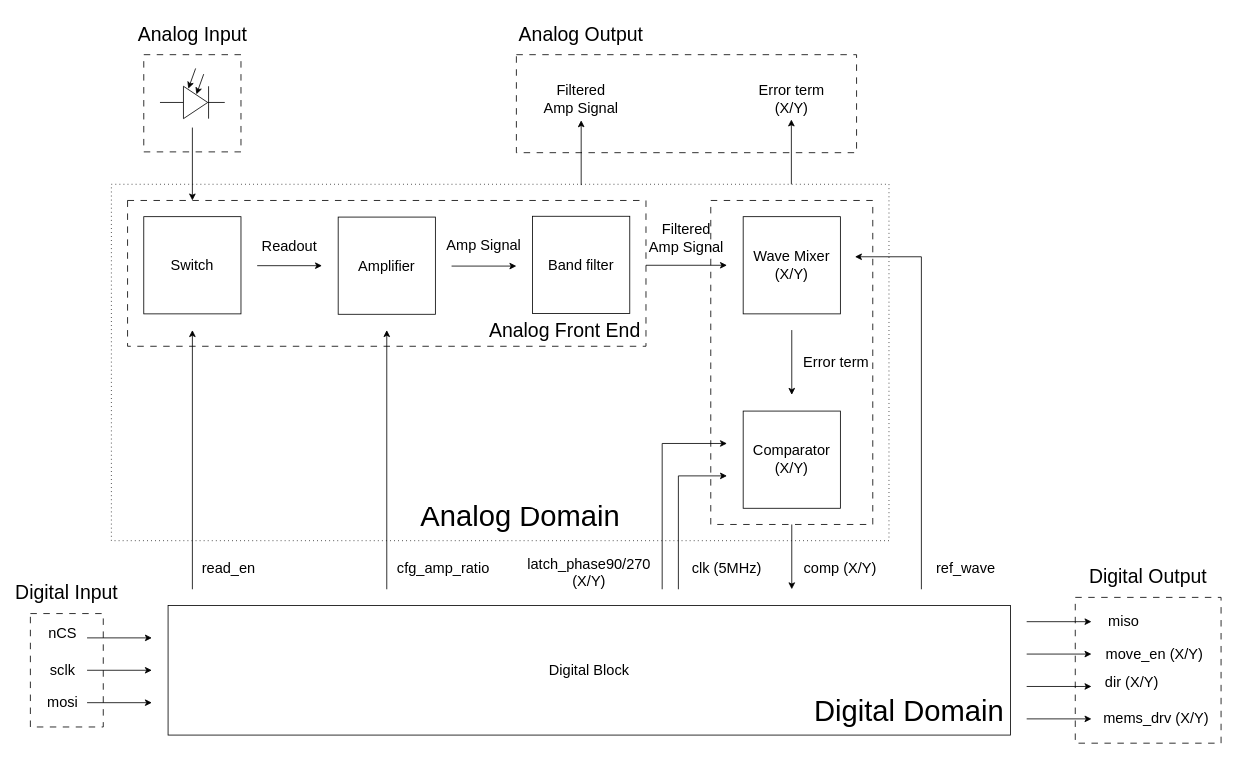
llhtimlam/Probton keeps this draw.io diagram as page "Latest Chip Architect" (2 of 17) of Media/Optical Probe Station Design.drawio. Above is the earlier version. Source tidied: cells renumbered, new cells numbered last; positions are measured from the earlier drawing's top-left corner, leaving out a move shared by most shapes. Both pictures are drawn from the tidied source at 81%, with x=0, y=0 at pixel (14, 14).
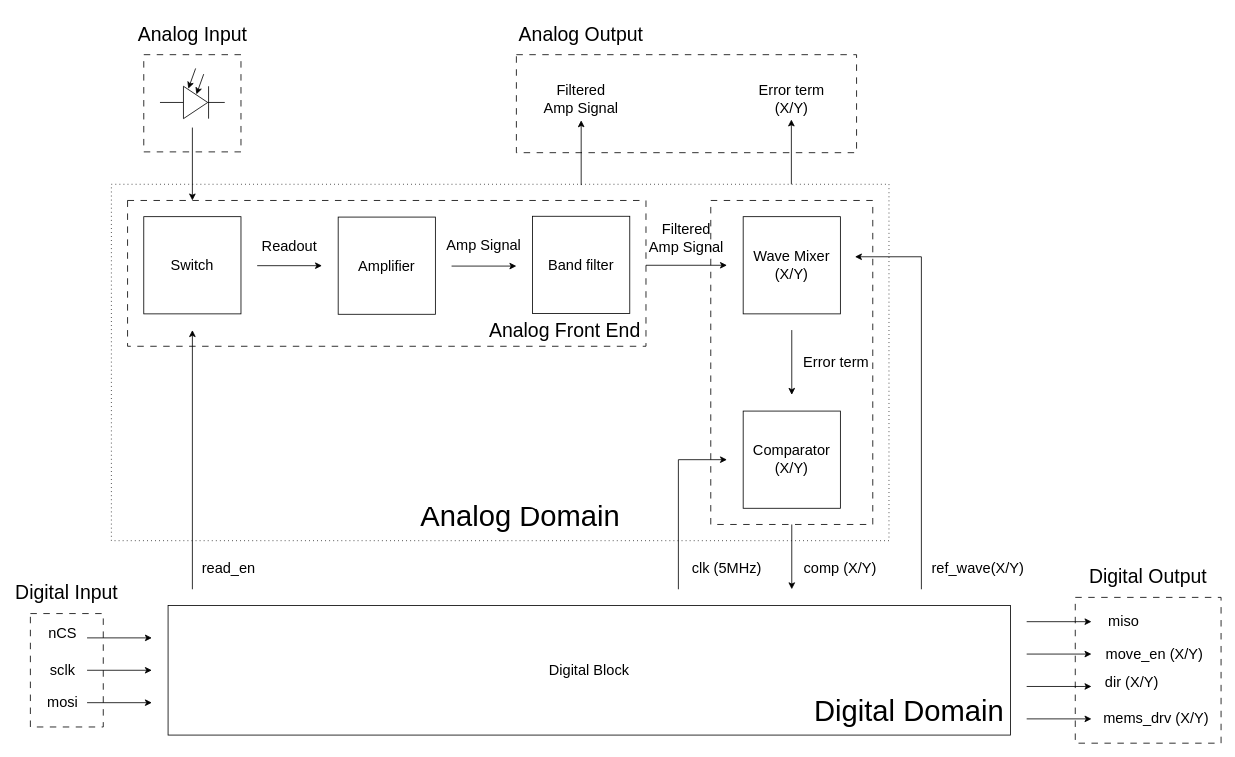
After the change.

Change to the diagram source:
```diff
@@
-    <mxCell id="22" value="&lt;span style=&quot;font-size: 18px;&quot;&gt;cfg_amp_ratio&lt;/span&gt;" style="text;html=1;whiteSpace=wrap;strokeColor=none;fillColor=none;align=center;verticalAlign=middle;rounded=0;" parent="1" vertex="1">
-      <mxGeometry x="470" y="670" width="120" height="30" as="geometry" />
-    </mxCell>
@@
-    <mxCell id="50" style="endArrow=classic;html=1;rounded=0;" parent="1" edge="1">
-      <mxGeometry relative="1" as="geometry">
-        <mxPoint x="460" y="710" as="sourcePoint" />
-        <mxPoint x="460" y="390" as="targetPoint" />
-      </mxGeometry>
-    </mxCell>
@@
-    <mxCell id="53" style="edgeStyle=orthogonalEdgeStyle;rounded=0;orthogonalLoop=1;jettySize=auto;html=1;" parent="1" edge="1">
-      <mxGeometry relative="1" as="geometry">
-        <mxPoint x="800" y="710" as="sourcePoint" />
-        <mxPoint x="880" y="530" as="targetPoint" />
-        <Array as="points">
-          <mxPoint x="800" y="530" />
-        </Array>
-      </mxGeometry>
-    </mxCell>
@@
-    <mxCell id="56" value="&lt;span style=&quot;font-size: 18px;&quot;&gt;latch_phase90/270&lt;br&gt;(X/Y)&lt;/span&gt;" style="text;html=1;whiteSpace=wrap;strokeColor=none;fillColor=none;align=center;verticalAlign=middle;rounded=0;" parent="1" vertex="1">
-      <mxGeometry x="630" y="665" width="160" height="50" as="geometry" />
-    </mxCell>
-    <mxCell id="57" value="&lt;span style=&quot;font-size: 18px;&quot;&gt;ref_wave&lt;/span&gt;" style="text;html=1;whiteSpace=wrap;strokeColor=none;fillColor=none;align=center;verticalAlign=middle;rounded=0;" parent="1" vertex="1">
-      <mxGeometry x="1130" y="670" width="90" height="30" as="geometry" />
+    <mxCell id="57" value="&lt;span style=&quot;font-size: 18px;&quot;&gt;ref_wave(X/Y)&lt;/span&gt;" style="text;html=1;whiteSpace=wrap;strokeColor=none;fillColor=none;align=center;verticalAlign=middle;rounded=0;" parent="1" vertex="1">
+      <mxGeometry x="1130" y="670" width="120" height="30" as="geometry" />
     </mxCell>
@@
     <mxCell id="65" style="edgeStyle=orthogonalEdgeStyle;rounded=0;orthogonalLoop=1;jettySize=auto;html=1;" parent="1" edge="1">
       <mxGeometry relative="1" as="geometry">
         <mxPoint x="820" y="710" as="sourcePoint" />
-        <mxPoint x="880" y="570" as="targetPoint" />
+        <mxPoint x="880" y="550" as="targetPoint" />
         <Array as="points">
-          <mxPoint x="820" y="570" />
+          <mxPoint x="820" y="550" />
+          <mxPoint x="880" y="550" />
         </Array>
       </mxGeometry>
     </mxCell>
```
